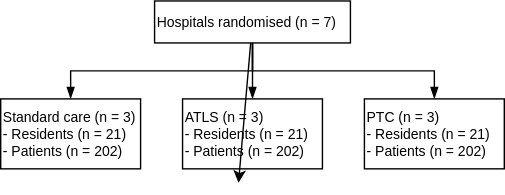
The draw.io diagram pilot-publication/consort-flow-diagram.svg in martingerdin/tern-pilot, before a commit. Source tidied: cells renumbered, new cells last; positions are measured from the earlier drawing's top-left corner, leaving out a move shared by most shapes. The source it was exported from:
```xml
<mxGraphModel background="#ffffff">
  <root>
    <mxCell id="0" />
    <mxCell id="1" parent="0" />
    <mxCell id="2" style="edgeStyle=none;html=1;fontColor=#000000;" parent="1" edge="1" source="6">
      <mxGeometry relative="1" as="geometry">
        <mxPoint x="170" y="130" as="targetPoint" />
      </mxGeometry>
    </mxCell>
    <mxCell id="3" style="edgeStyle=orthogonalEdgeStyle;html=1;exitX=0.5;exitY=1;exitDx=0;exitDy=0;entryX=0.5;entryY=0;entryDx=0;entryDy=0;strokeColor=#000000;fontColor=#000000;rounded=0;endArrow=blockThin;endFill=1;" parent="1" edge="1" source="6" target="7">
      <mxGeometry relative="1" as="geometry" />
    </mxCell>
    <mxCell id="4" style="rounded=0;html=1;exitX=0.5;exitY=1;exitDx=0;exitDy=0;entryX=0.5;entryY=0;entryDx=0;entryDy=0;strokeColor=#000000;fontColor=#000000;endArrow=blockThin;endFill=1;edgeStyle=orthogonalEdgeStyle;" parent="1" edge="1" source="6" target="9">
      <mxGeometry relative="1" as="geometry" />
    </mxCell>
    <mxCell id="5" style="edgeStyle=orthogonalEdgeStyle;rounded=0;html=1;exitX=0.5;exitY=1;exitDx=0;exitDy=0;entryX=0.5;entryY=0;entryDx=0;entryDy=0;strokeColor=#000000;fontColor=#000000;endArrow=blockThin;endFill=1;" parent="1" edge="1" source="6" target="8">
      <mxGeometry relative="1" as="geometry" />
    </mxCell>
    <mxCell id="6" value="&lt;font color=&quot;#000000&quot; style=&quot;font-size: 10px;&quot;&gt;Hospitals randomised (n = 7)&lt;/font&gt;" style="whiteSpace=wrap;html=1;strokeColor=#000000;fillColor=none;align=left;fontSize=10;" parent="1" vertex="1">
      <mxGeometry x="110" width="140" height="30" as="geometry" />
    </mxCell>
    <mxCell id="7" value="&lt;font color=&quot;#000000&quot; style=&quot;font-size: 10px;&quot;&gt;Standard care (n = 3)&lt;br style=&quot;font-size: 10px;&quot;&gt;- Residents (n = 21)&lt;br style=&quot;font-size: 10px;&quot;&gt;- Patients (n = 202)&lt;br style=&quot;font-size: 10px;&quot;&gt;&lt;/font&gt;" style="whiteSpace=wrap;html=1;strokeColor=#000000;fillColor=none;align=left;fontSize=10;" parent="1" vertex="1">
      <mxGeometry y="70" width="100" height="50" as="geometry" />
    </mxCell>
    <mxCell id="8" value="&lt;font color=&quot;#000000&quot; style=&quot;font-size: 10px;&quot;&gt;ATLS (n = 3)&lt;br style=&quot;font-size: 10px;&quot;&gt;- Residents (n = 21)&lt;br style=&quot;font-size: 10px;&quot;&gt;- Patients (n = 202)&lt;br style=&quot;font-size: 10px;&quot;&gt;&lt;/font&gt;" style="whiteSpace=wrap;html=1;strokeColor=#000000;fillColor=none;align=left;fontSize=10;" parent="1" vertex="1">
      <mxGeometry x="130" y="70" width="100" height="50" as="geometry" />
    </mxCell>
    <mxCell id="9" value="&lt;font color=&quot;#000000&quot; style=&quot;font-size: 10px;&quot;&gt;PTC (n = 3)&lt;br style=&quot;font-size: 10px;&quot;&gt;- Residents (n = 21)&lt;br style=&quot;font-size: 10px;&quot;&gt;- Patients (n = 202)&lt;br style=&quot;font-size: 10px;&quot;&gt;&lt;/font&gt;" style="whiteSpace=wrap;html=1;strokeColor=#000000;fillColor=none;align=left;fontSize=10;" parent="1" vertex="1">
      <mxGeometry x="260" y="70" width="100" height="50" as="geometry" />
    </mxCell>
  </root>
</mxGraphModel>
```
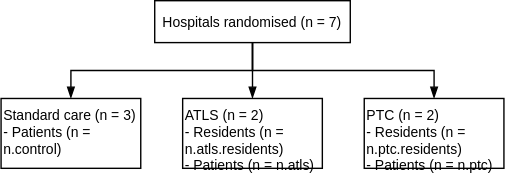
Above is the later version.

Commit message:
Work with consort flow chart

Diff of the diagram source:
```diff
@@ -2,11 +2,6 @@
   <root>
     <mxCell id="0" />
     <mxCell id="1" parent="0" />
-    <mxCell id="2" style="edgeStyle=none;html=1;fontColor=#000000;" parent="1" edge="1" source="6">
-      <mxGeometry relative="1" as="geometry">
-        <mxPoint x="170" y="130" as="targetPoint" />
-      </mxGeometry>
-    </mxCell>
     <mxCell id="3" style="edgeStyle=orthogonalEdgeStyle;html=1;exitX=0.5;exitY=1;exitDx=0;exitDy=0;entryX=0.5;entryY=0;entryDx=0;entryDy=0;strokeColor=#000000;fontColor=#000000;rounded=0;endArrow=blockThin;endFill=1;" parent="1" edge="1" source="6" target="7">
       <mxGeometry relative="1" as="geometry" />
     </mxCell>
@@ -16,16 +11,16 @@
     <mxCell id="5" style="edgeStyle=orthogonalEdgeStyle;rounded=0;html=1;exitX=0.5;exitY=1;exitDx=0;exitDy=0;entryX=0.5;entryY=0;entryDx=0;entryDy=0;strokeColor=#000000;fontColor=#000000;endArrow=blockThin;endFill=1;" parent="1" edge="1" source="6" target="8">
       <mxGeometry relative="1" as="geometry" />
     </mxCell>
-    <mxCell id="6" value="&lt;font color=&quot;#000000&quot; style=&quot;font-size: 10px;&quot;&gt;Hospitals randomised (n = 7)&lt;/font&gt;" style="whiteSpace=wrap;html=1;strokeColor=#000000;fillColor=none;align=left;fontSize=10;" parent="1" vertex="1">
+    <mxCell id="6" value="&lt;font color=&quot;#000000&quot; style=&quot;font-size: 10px;&quot;&gt;Hospitals randomised (n = 7)&lt;/font&gt;" style="whiteSpace=wrap;html=1;strokeColor=#000000;fillColor=none;align=center;fontSize=10;" parent="1" vertex="1">
       <mxGeometry x="110" width="140" height="30" as="geometry" />
     </mxCell>
-    <mxCell id="7" value="&lt;font color=&quot;#000000&quot; style=&quot;font-size: 10px;&quot;&gt;Standard care (n = 3)&lt;br style=&quot;font-size: 10px;&quot;&gt;- Residents (n = 21)&lt;br style=&quot;font-size: 10px;&quot;&gt;- Patients (n = 202)&lt;br style=&quot;font-size: 10px;&quot;&gt;&lt;/font&gt;" style="whiteSpace=wrap;html=1;strokeColor=#000000;fillColor=none;align=left;fontSize=10;" parent="1" vertex="1">
+    <mxCell id="7" value="&lt;font color=&quot;#000000&quot; style=&quot;font-size: 10px;&quot;&gt;Standard care (n = 3)&lt;br style=&quot;font-size: 10px;&quot;&gt;- Patients (n = n.control)&lt;br style=&quot;font-size: 10px;&quot;&gt;&lt;/font&gt;" style="whiteSpace=wrap;html=1;strokeColor=#000000;fillColor=none;align=left;fontSize=10;verticalAlign=top;" parent="1" vertex="1">
       <mxGeometry y="70" width="100" height="50" as="geometry" />
     </mxCell>
-    <mxCell id="8" value="&lt;font color=&quot;#000000&quot; style=&quot;font-size: 10px;&quot;&gt;ATLS (n = 3)&lt;br style=&quot;font-size: 10px;&quot;&gt;- Residents (n = 21)&lt;br style=&quot;font-size: 10px;&quot;&gt;- Patients (n = 202)&lt;br style=&quot;font-size: 10px;&quot;&gt;&lt;/font&gt;" style="whiteSpace=wrap;html=1;strokeColor=#000000;fillColor=none;align=left;fontSize=10;" parent="1" vertex="1">
+    <mxCell id="8" value="&lt;font color=&quot;#000000&quot; style=&quot;font-size: 10px;&quot;&gt;ATLS (n = 2)&lt;br style=&quot;font-size: 10px;&quot;&gt;- Residents (n = n.atls.residents)&lt;br style=&quot;font-size: 10px;&quot;&gt;- Patients (n = n.atls)&lt;br style=&quot;font-size: 10px;&quot;&gt;&lt;/font&gt;" style="whiteSpace=wrap;html=1;strokeColor=#000000;fillColor=none;align=left;fontSize=10;verticalAlign=top;labelPosition=center;verticalLabelPosition=middle;" parent="1" vertex="1">
       <mxGeometry x="130" y="70" width="100" height="50" as="geometry" />
     </mxCell>
-    <mxCell id="9" value="&lt;font color=&quot;#000000&quot; style=&quot;font-size: 10px;&quot;&gt;PTC (n = 3)&lt;br style=&quot;font-size: 10px;&quot;&gt;- Residents (n = 21)&lt;br style=&quot;font-size: 10px;&quot;&gt;- Patients (n = 202)&lt;br style=&quot;font-size: 10px;&quot;&gt;&lt;/font&gt;" style="whiteSpace=wrap;html=1;strokeColor=#000000;fillColor=none;align=left;fontSize=10;" parent="1" vertex="1">
+    <mxCell id="9" value="&lt;font color=&quot;#000000&quot; style=&quot;font-size: 10px;&quot;&gt;PTC (n = 2)&lt;br style=&quot;font-size: 10px;&quot;&gt;- Residents (n = n.ptc.residents)&lt;br style=&quot;font-size: 10px;&quot;&gt;- Patients (n = n.ptc)&lt;br style=&quot;font-size: 10px;&quot;&gt;&lt;/font&gt;" style="whiteSpace=wrap;html=1;strokeColor=#000000;fillColor=none;align=left;fontSize=10;verticalAlign=top;" parent="1" vertex="1">
       <mxGeometry x="260" y="70" width="100" height="50" as="geometry" />
     </mxCell>
   </root>
```
